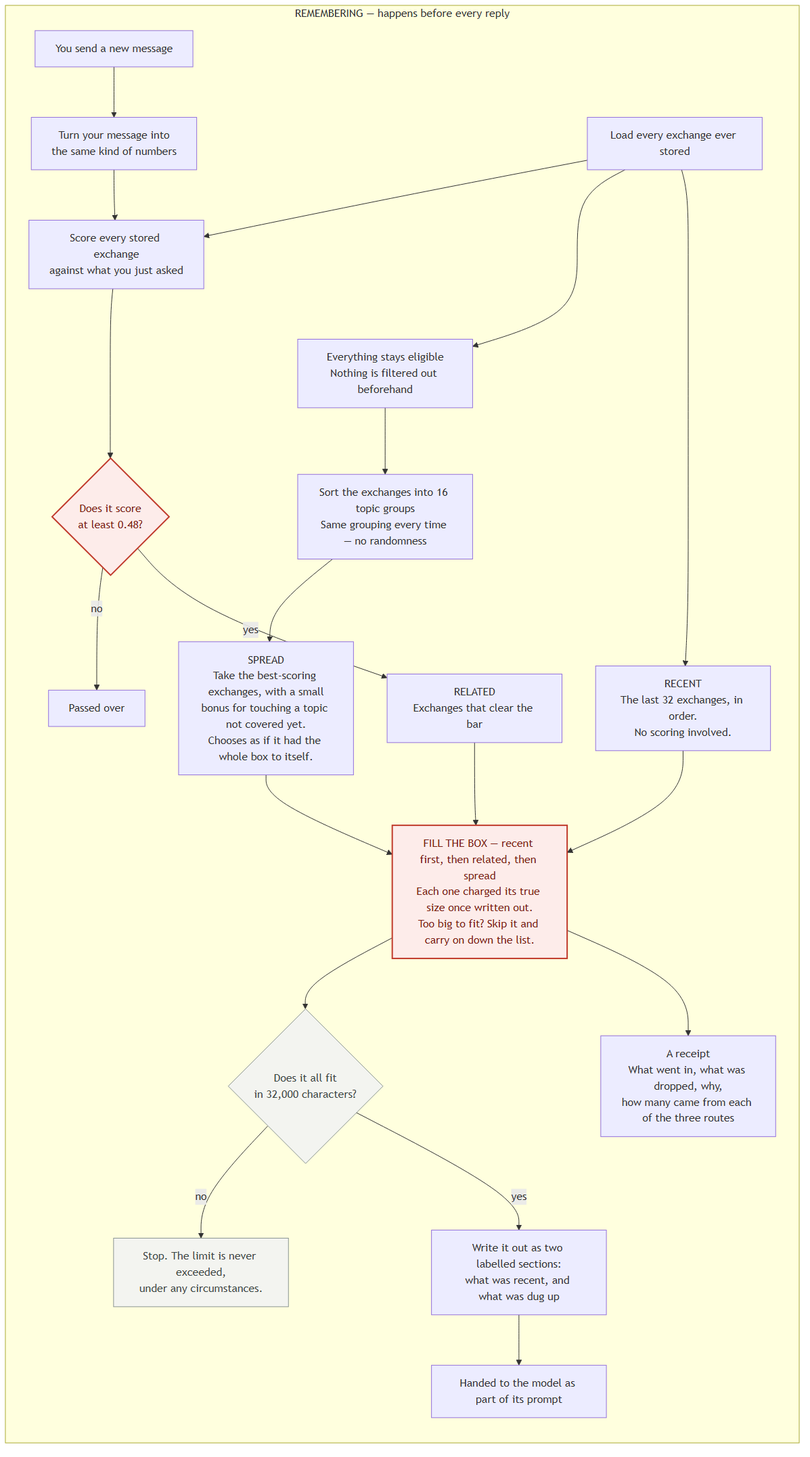
IdrisAppliedAIResearch/contextDecayWindow keeps this Mermaid diagram as docs/diagrams/how_it_works_remembering.png. Above is the earlier version. Its source is kept beside it as docs/diagrams/how_it_works_remembering.mmd.
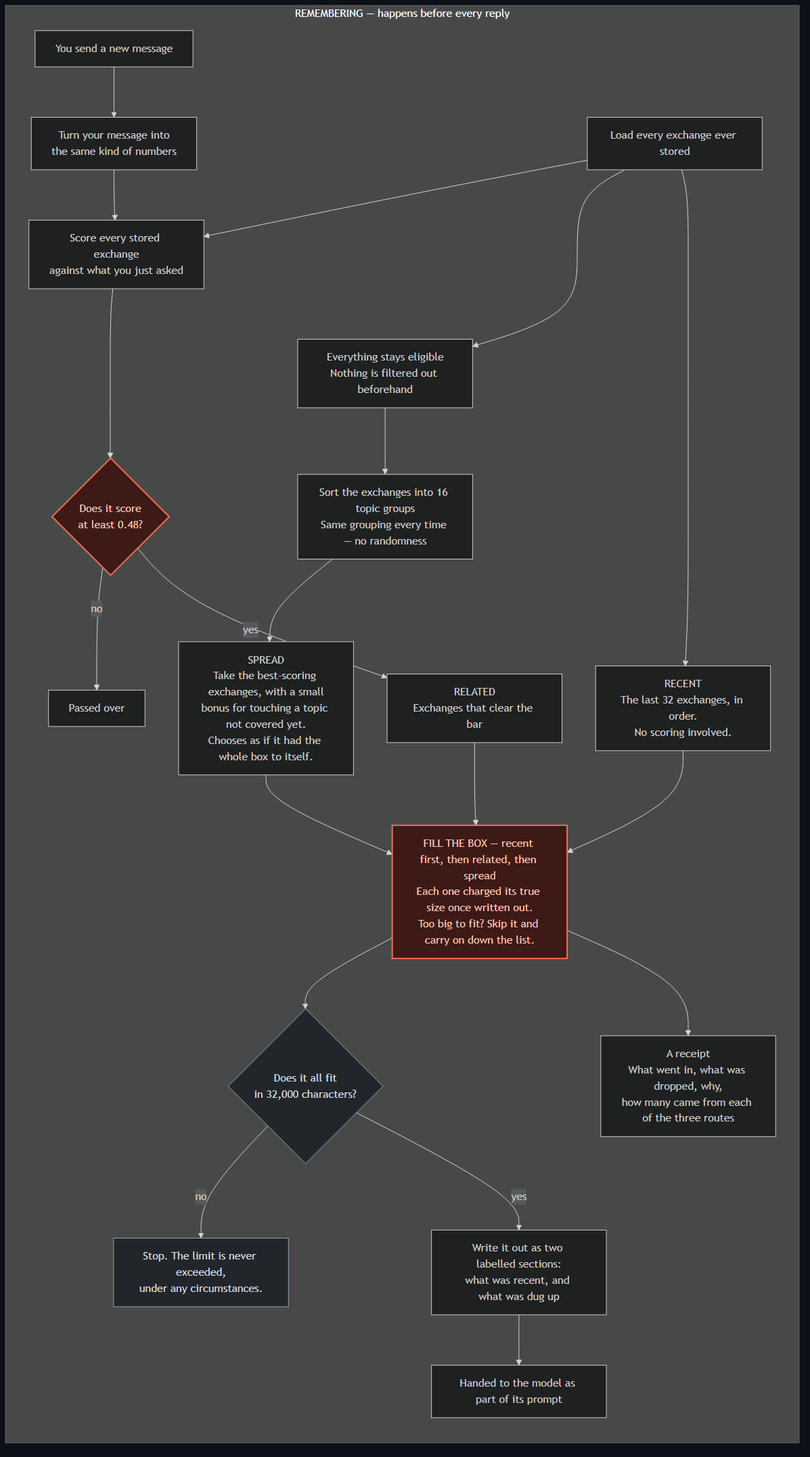
The same file after the commit.

Commit message:
Diagrams: dark canvas, and the styles moved to the file that owns the nodes

Change to the diagram source:
```diff
@@ -31,10 +31,8 @@
         PACK --> REP["A receipt<br/>What went in, what was dropped, why,<br/>how many came from each of the three routes"]
     end
 
-    classDef broken fill:#fdecea,stroke:#c0392b,stroke-width:2px,color:#7b1f14;
-    classDef store fill:#eef2f7,stroke:#41689a,color:#1e3a5f;
-    classDef guard fill:#f3f4f0,stroke:#8a9490,color:#3d4744;
+    classDef broken fill:#3d1a15,stroke:#ff6b52,stroke-width:2px,color:#ffc4b8;
+    classDef guard fill:#22262a,stroke:#9aa5ab,color:#d5dde2;
 
     class KTEST,PACK broken;
-    class STORE store;
-    class GATE,CEIL,HALT,ERR guard;
+    class CEIL,ERR guard;
```
